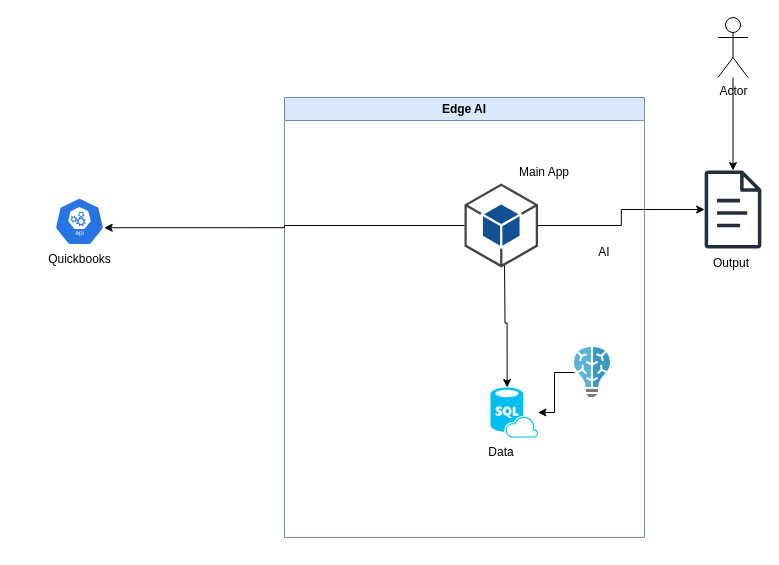
Earlier version of the draw.io diagram EdgeAI.drawio (mattwatts36/drawings). Source tidied: cells renumbered, new cells numbered last; positions are measured from the earlier drawing's top-left corner, leaving out a move shared by most shapes. Both pictures are drawn from the tidied source at 100%, with x=0, y=0 at pixel (54, 17).
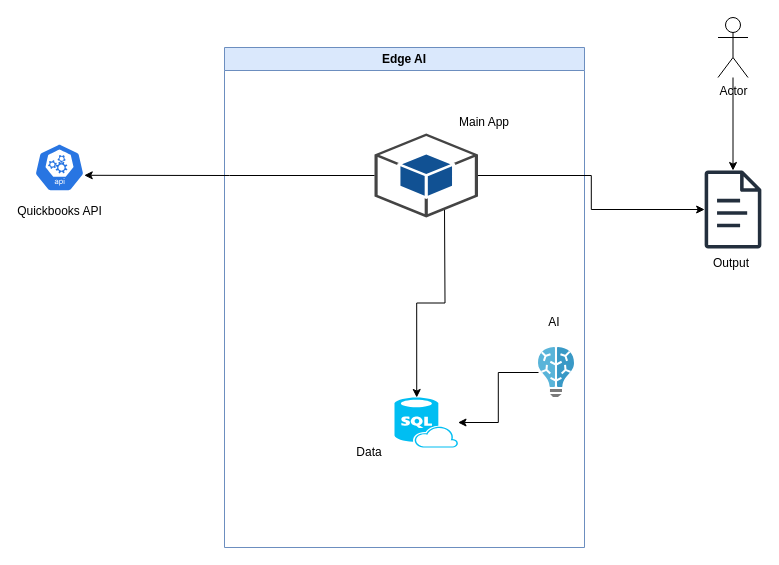
The same page after the edit.

Commit message:
Increased icon size

Diff of the diagram source:
```diff
@@
 <mxGraphModel>
   <root>
     <mxCell id="0" />
     <mxCell id="1" parent="0" />
     <mxCell id="2" value="Edge AI" style="swimlane;whiteSpace=wrap;html=1;fillColor=#dae8fc;strokeColor=#6c8ebf;" parent="1" vertex="1">
-      <mxGeometry x="230" y="80" width="360" height="440" as="geometry" />
+      <mxGeometry x="170" y="30" width="360" height="500" as="geometry" />
     </mxCell>
     <mxCell id="3" style="verticalLabelPosition=bottom;html=1;verticalAlign=top;align=center;strokeColor=none;fillColor=#00BEF2;shape=mxgraph.azure.sql_database_sql_azure;" parent="2" vertex="1">
-      <mxGeometry x="206" y="290" width="47.5" height="50" as="geometry" />
+      <mxGeometry x="170" y="350" width="63.5" height="50" as="geometry" />
     </mxCell>
     <mxCell id="4" style="endArrow=classic;html=1;rounded=0;edgeStyle=orthogonalEdgeStyle;entryX=0.35;entryY=0;entryDx=0;entryDy=0;entryPerimeter=0;" parent="2" edge="1" target="3">
       <mxGeometry relative="1" as="geometry">
         <mxPoint x="220" y="160" as="sourcePoint" />
       </mxGeometry>
     </mxCell>
     <mxCell id="5" style="edgeStyle=orthogonalEdgeStyle;rounded=0;jettySize=auto;html=1;" parent="2" edge="1" source="6" target="3">
       <mxGeometry relative="1" as="geometry" />
     </mxCell>
     <mxCell id="6" style="image;sketch=0;html=1;points=[];align=center;fontSize=12;image=img/lib/mscae/Batch_AI.svg;" parent="2" vertex="1">
-      <mxGeometry x="290" y="250" width="36" height="50" as="geometry" />
+      <mxGeometry x="314" y="300" width="36" height="50" as="geometry" />
     </mxCell>
     <mxCell id="7" value="Main App" style="text;html=1;strokeColor=none;fillColor=none;align=center;verticalAlign=middle;whiteSpace=wrap;rounded=0;" parent="2" vertex="1">
       <mxGeometry x="230" y="60" width="60" height="30" as="geometry" />
     </mxCell>
     <mxCell id="8" value="AI" style="text;html=1;strokeColor=none;fillColor=none;align=center;verticalAlign=middle;whiteSpace=wrap;rounded=0;" parent="2" vertex="1">
-      <mxGeometry x="290" y="140" width="60" height="30" as="geometry" />
+      <mxGeometry x="300" y="260" width="60" height="30" as="geometry" />
     </mxCell>
     <mxCell id="9" style="outlineConnect=0;dashed=0;verticalLabelPosition=bottom;verticalAlign=top;align=center;html=1;shape=mxgraph.aws3.android;fillColor=#115193;gradientColor=none;" parent="2" vertex="1">
-      <mxGeometry x="180" y="86" width="73.5" height="84" as="geometry" />
+      <mxGeometry x="150" y="86" width="103.5" height="84" as="geometry" />
     </mxCell>
     <mxCell id="10" value="Data" style="text;html=1;strokeColor=none;fillColor=none;align=center;verticalAlign=middle;whiteSpace=wrap;rounded=0;" parent="2" vertex="1">
-      <mxGeometry x="186.8" y="340" width="60" height="30" as="geometry" />
+      <mxGeometry x="115" y="390" width="60" height="30" as="geometry" />
     </mxCell>
-    <mxCell id="11" value="Quickbooks" style="sketch=0;html=1;dashed=0;whitespace=wrap;fillColor=#2875E2;strokeColor=#ffffff;points=[[0.005,0.63,0],[0.1,0.2,0],[0.9,0.2,0],[0.5,0,0],[0.995,0.63,0],[0.72,0.99,0],[0.5,1,0],[0.28,0.99,0]];verticalLabelPosition=bottom;align=center;verticalAlign=top;shape=mxgraph.kubernetes.icon;prIcon=api;" parent="1" vertex="1">
-      <mxGeometry y="180" width="50" height="48" as="geometry" />
+    <mxCell id="11" value="Quickbooks API" style="sketch=0;html=1;dashed=0;whitespace=wrap;fillColor=#2875E2;strokeColor=#ffffff;points=[[0.005,0.63,0],[0.1,0.2,0],[0.9,0.2,0],[0.5,0,0],[0.995,0.63,0],[0.72,0.99,0],[0.5,1,0],[0.28,0.99,0]];verticalLabelPosition=bottom;align=center;verticalAlign=top;shape=mxgraph.kubernetes.icon;prIcon=api;" parent="1" vertex="1">
+      <mxGeometry x="-20" y="120" width="50" height="60" as="geometry" />
     </mxCell>
     <mxCell id="12" style="sketch=0;outlineConnect=0;fontColor=#232F3E;gradientColor=none;fillColor=#232F3D;strokeColor=none;dashed=0;verticalLabelPosition=bottom;verticalAlign=top;align=center;html=1;fontSize=12;fontStyle=0;shape=mxgraph.aws4.document;" parent="1" vertex="1">
       <mxGeometry x="650" y="153" width="57" height="78" as="geometry" />
     </mxCell>
     <mxCell id="13" style="edgeStyle=orthogonalEdgeStyle;rounded=0;jettySize=auto;html=1;" parent="1" edge="1" source="9" target="12">
       <mxGeometry relative="1" as="geometry" />
     </mxCell>
     <mxCell id="14" style="edgeStyle=orthogonalEdgeStyle;rounded=0;jettySize=auto;html=1;" parent="1" edge="1" source="15" target="12">
       <mxGeometry relative="1" as="geometry" />
     </mxCell>
     <mxCell id="15" value="Actor" style="shape=umlActor;verticalLabelPosition=bottom;verticalAlign=top;html=1;outlineConnect=0;" parent="1" vertex="1">
       <mxGeometry x="663.5" width="30" height="60" as="geometry" />
     </mxCell>
     <mxCell id="16" value="Output" style="text;html=1;strokeColor=none;fillColor=none;align=center;verticalAlign=middle;whiteSpace=wrap;rounded=0;" parent="1" vertex="1">
       <mxGeometry x="647" y="231" width="60" height="30" as="geometry" />
     </mxCell>
     <mxCell id="17" style="endArrow=classic;html=1;rounded=0;edgeStyle=orthogonalEdgeStyle;entryX=0.995;entryY=0.63;entryDx=0;entryDy=0;entryPerimeter=0;exitX=0;exitY=0.5;exitDx=0;exitDy=0;exitPerimeter=0;" parent="1" edge="1" source="9" target="11">
       <mxGeometry relative="1" as="geometry" />
     </mxCell>
   </root>
 </mxGraphModel>
```
